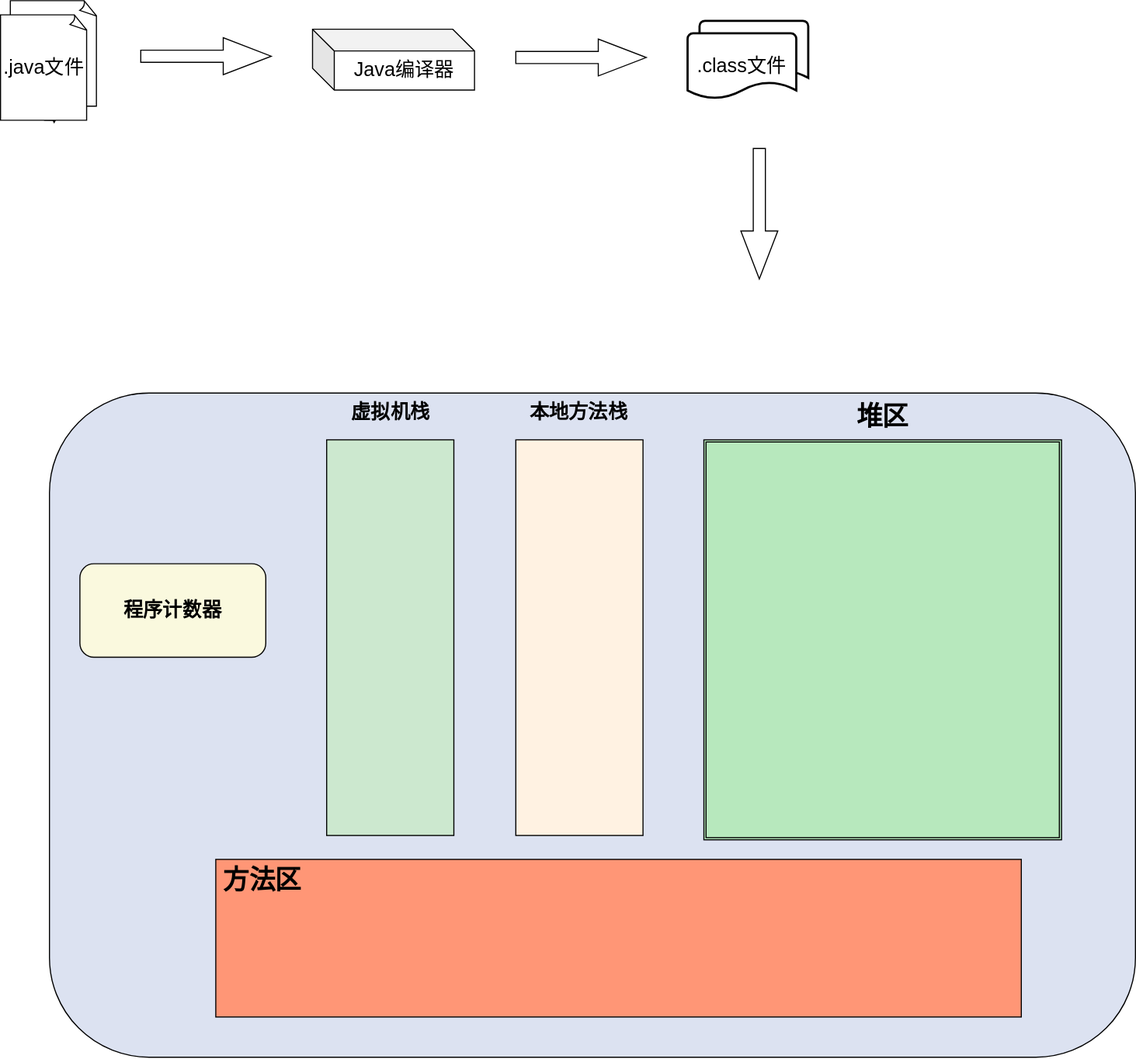
The draw.io diagram jvm/jvm.drawio.svg in Likeheart7/draw, before a commit. Source tidied: cells renumbered, new cells last; positions are measured from the earlier drawing's top-left corner, leaving out a move shared by most shapes.
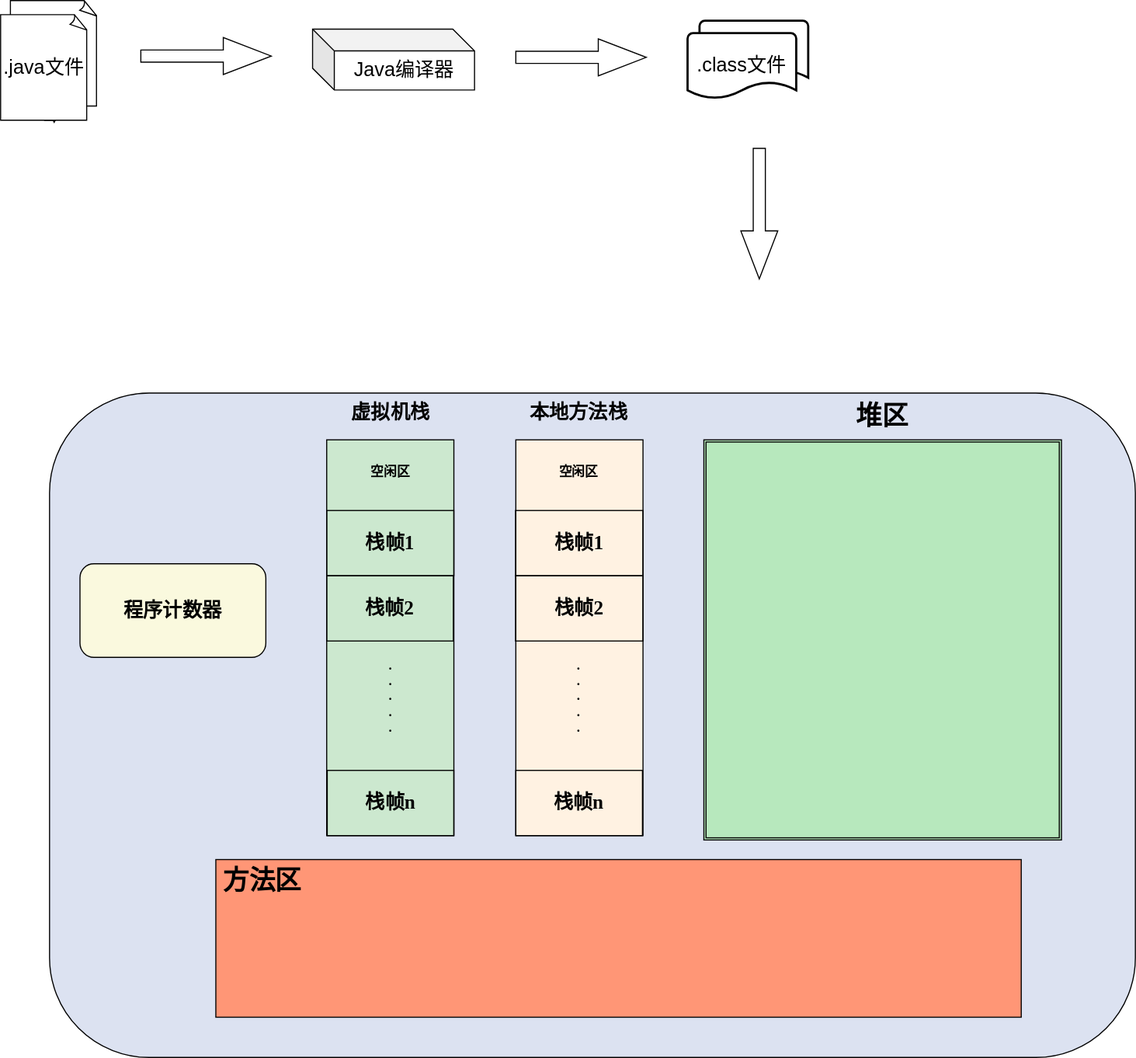
After the change.

Change to the diagram source:
```diff
@@ -61,5 +61,35 @@
     <mxCell id="20" value="&lt;font style=&quot;font-size: 18px;&quot;&gt;本地方法栈&lt;/font&gt;" style="text;html=1;align=center;verticalAlign=middle;whiteSpace=wrap;rounded=0;fontFamily=msyh.ttc;fontSize=12;fontColor=default;fontStyle=1;" parent="1" vertex="1">
       <mxGeometry x="484.2" y="364" width="96.5" height="30" as="geometry" />
     </mxCell>
+    <mxCell id="21" value="&lt;font style=&quot;font-size: 18px;&quot;&gt;栈帧1&lt;/font&gt;" style="rounded=0;whiteSpace=wrap;html=1;align=center;verticalAlign=middle;fontFamily=msyh.ttc;fontSize=12;fontColor=default;fontStyle=1;fillColor=none;gradientColor=none;" parent="1" vertex="1">
+      <mxGeometry x="300" y="469" width="117" height="60" as="geometry" />
+    </mxCell>
+    <mxCell id="22" value="&lt;font style=&quot;font-size: 18px;&quot;&gt;栈帧2&lt;/font&gt;" style="rounded=0;whiteSpace=wrap;html=1;align=center;verticalAlign=middle;fontFamily=msyh.ttc;fontSize=12;fontColor=default;fontStyle=1;fillColor=none;gradientColor=none;" parent="1" vertex="1">
+      <mxGeometry x="300" y="529" width="116.5" height="60" as="geometry" />
+    </mxCell>
+    <mxCell id="23" value="&lt;font style=&quot;font-size: 18px;&quot;&gt;栈帧n&lt;/font&gt;&lt;span style=&quot;color: rgba(0, 0, 0, 0); font-family: monospace; font-size: 0px; font-weight: 400; text-align: start; text-wrap: nowrap;&quot;&gt;%3CmxGraphModel%3E%3Croot%3E%3CmxCell%20id%3D%220%22%2F%3E%3CmxCell%20id%3D%221%22%20parent%3D%220%22%2F%3E%3CmxCell%20id%3D%222%22%20value%3D%22%26lt%3Bfont%20style%3D%26quot%3Bfont-size%3A%2018px%3B%26quot%3B%26gt%3B%E6%A0%88%E5%B8%A71%26lt%3B%2Ffont%26gt%3B%22%20style%3D%22rounded%3D0%3BwhiteSpace%3Dwrap%3Bhtml%3D1%3Balign%3Dcenter%3BverticalAlign%3Dmiddle%3BfontFamily%3Dmsyh.ttc%3BfontSize%3D12%3BfontColor%3Ddefault%3BfontStyle%3D1%3BfillColor%3Dnone%3BgradientColor%3Dnone%3B%22%20vertex%3D%221%22%20parent%3D%221%22%3E%3CmxGeometry%20x%3D%22-83.5%22%20y%3D%22263%22%20width%3D%22116.5%22%20height%3D%2260%22%20as%3D%22geometry%22%2F%3E%3C%2FmxCell%3E%3C%2Froot%3E%3C%2FmxGraphModel%3n&lt;/span&gt;" style="rounded=0;whiteSpace=wrap;html=1;align=center;verticalAlign=middle;fontFamily=msyh.ttc;fontSize=12;fontColor=default;fontStyle=1;fillColor=none;gradientColor=none;" parent="1" vertex="1">
+      <mxGeometry x="300.5" y="708" width="116.5" height="60" as="geometry" />
+    </mxCell>
+    <mxCell id="24" value=".&lt;div&gt;.&lt;/div&gt;&lt;div&gt;.&lt;/div&gt;&lt;div&gt;.&lt;/div&gt;&lt;div&gt;.&lt;/div&gt;" style="text;html=1;align=center;verticalAlign=middle;whiteSpace=wrap;rounded=0;fontFamily=msyh.ttc;fontSize=12;fontColor=default;fontStyle=1;" parent="1" vertex="1">
+      <mxGeometry x="328.5" y="625" width="60" height="30" as="geometry" />
+    </mxCell>
+    <mxCell id="25" value="&lt;font style=&quot;font-size: 18px;&quot;&gt;栈帧1&lt;/font&gt;" style="rounded=0;whiteSpace=wrap;html=1;align=center;verticalAlign=middle;fontFamily=msyh.ttc;fontSize=12;fontColor=default;fontStyle=1;fillColor=none;gradientColor=none;" parent="1" vertex="1">
+      <mxGeometry x="473.8" y="469" width="117.2" height="60" as="geometry" />
+    </mxCell>
+    <mxCell id="26" value="&lt;font style=&quot;font-size: 18px;&quot;&gt;栈帧2&lt;/font&gt;" style="rounded=0;whiteSpace=wrap;html=1;align=center;verticalAlign=middle;fontFamily=msyh.ttc;fontSize=12;fontColor=default;fontStyle=1;fillColor=none;gradientColor=none;" parent="1" vertex="1">
+      <mxGeometry x="473.8" y="529" width="117.2" height="60" as="geometry" />
+    </mxCell>
+    <mxCell id="27" value="&lt;font style=&quot;font-size: 18px;&quot;&gt;栈帧n&lt;/font&gt;&lt;span style=&quot;color: rgba(0, 0, 0, 0); font-family: monospace; font-size: 0px; font-weight: 400; text-align: start; text-wrap: nowrap;&quot;&gt;%3CmxGraphModel%3E%3Croot%3E%3CmxCell%20id%3D%220%22%2F%3E%3CmxCell%20id%3D%221%22%20parent%3D%220%22%2F%3E%3CmxCell%20id%3D%222%22%20value%3D%22%26lt%3Bfont%20style%3D%26quot%3Bfont-size%3A%2018px%3B%26quot%3B%26gt%3B%E6%A0%88%E5%B8%A71%26lt%3B%2Ffont%26gt%3B%22%20style%3D%22rounded%3D0%3BwhiteSpace%3Dwrap%3Bhtml%3D1%3Balign%3Dcenter%3BverticalAlign%3Dmiddle%3BfontFamily%3Dmsyh.ttc%3BfontSize%3D12%3BfontColor%3Ddefault%3BfontStyle%3D1%3BfillColor%3Dnone%3BgradientColor%3Dnone%3B%22%20vertex%3D%221%22%20parent%3D%221%22%3E%3CmxGeometry%20x%3D%22-83.5%22%20y%3D%22263%22%20width%3D%22116.5%22%20height%3D%2260%22%20as%3D%22geometry%22%2F%3E%3C%2FmxCell%3E%3C%2Froot%3E%3C%2FmxGraphModel%3n&lt;/span&gt;" style="rounded=0;whiteSpace=wrap;html=1;align=center;verticalAlign=middle;fontFamily=msyh.ttc;fontSize=12;fontColor=default;fontStyle=1;fillColor=none;gradientColor=none;" parent="1" vertex="1">
+      <mxGeometry x="474" y="708" width="116.5" height="60" as="geometry" />
+    </mxCell>
+    <mxCell id="28" value=".&lt;div&gt;.&lt;/div&gt;&lt;div&gt;.&lt;/div&gt;&lt;div&gt;.&lt;/div&gt;&lt;div&gt;.&lt;/div&gt;" style="text;html=1;align=center;verticalAlign=middle;whiteSpace=wrap;rounded=0;fontFamily=msyh.ttc;fontSize=12;fontColor=default;fontStyle=1;" parent="1" vertex="1">
+      <mxGeometry x="502" y="625" width="60" height="30" as="geometry" />
+    </mxCell>
+    <mxCell id="29" value="空闲区" style="text;html=1;align=center;verticalAlign=middle;whiteSpace=wrap;rounded=0;fontFamily=msyh.ttc;fontSize=12;fontColor=default;fontStyle=1;" parent="1" vertex="1">
+      <mxGeometry x="328.8" y="419" width="60" height="30" as="geometry" />
+    </mxCell>
+    <mxCell id="30" value="空闲区" style="text;html=1;align=center;verticalAlign=middle;whiteSpace=wrap;rounded=0;fontFamily=msyh.ttc;fontSize=12;fontColor=default;fontStyle=1;" parent="1" vertex="1">
+      <mxGeometry x="502.2" y="419" width="60" height="30" as="geometry" />
+    </mxCell>
   </root>
 </mxGraphModel>
```
